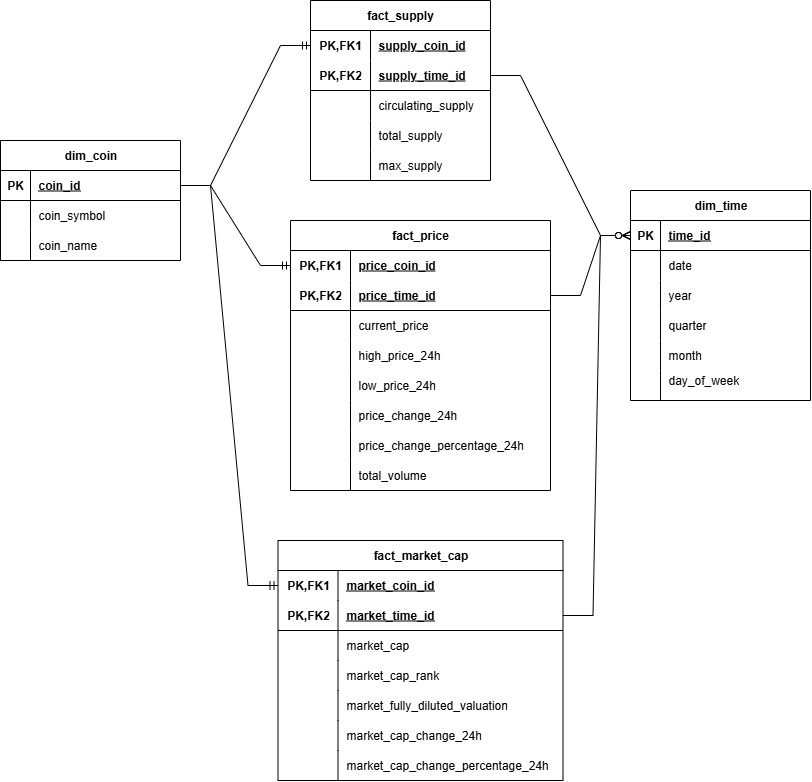
This is crypto-project/schema.png from thangtran1805/Crypto-ETL, a draw.io export, as it was before one commit. Source tidied: cells renumbered, new cells last; positions are measured from the earlier drawing's top-left corner, leaving out a move shared by most shapes.
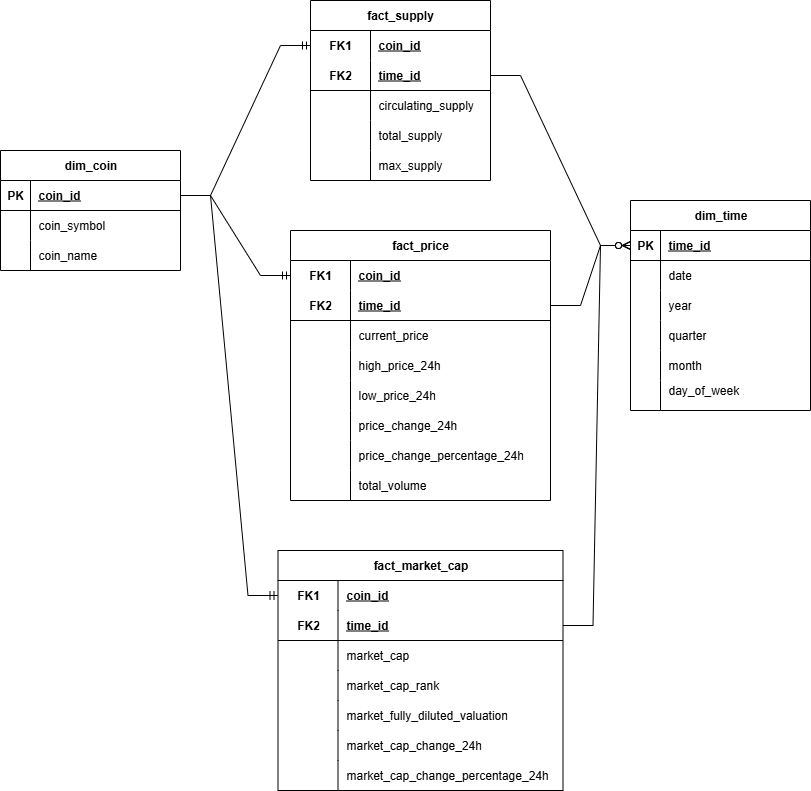
Later version of the same file.

Commit message:
Update gitignore and schema fix

Change to the diagram source:
```diff
@@ -8,19 +8,19 @@
     <mxCell id="3" style="shape=tableRow;horizontal=0;startSize=0;swimlaneHead=0;swimlaneBody=0;fillColor=none;points=[[0,0.5],[1,0.5]];portConstraint=eastwest;top=0;left=0;right=0;bottom=0;html=1;" parent="2" vertex="1">
       <mxGeometry y="30" width="260" height="30" as="geometry" />
     </mxCell>
-    <mxCell id="4" value="PK,FK1" style="shape=partialRectangle;fillColor=none;top=0;left=0;bottom=0;right=0;fontStyle=1;overflow=hidden;html=1;whiteSpace=wrap;" parent="3" vertex="1">
+    <mxCell id="4" value="FK1" style="shape=partialRectangle;fillColor=none;top=0;left=0;bottom=0;right=0;fontStyle=1;overflow=hidden;html=1;whiteSpace=wrap;" parent="3" vertex="1">
       <mxGeometry width="60" height="30" as="geometry" />
     </mxCell>
-    <mxCell id="5" value="price_coin_id" style="shape=partialRectangle;fillColor=none;top=0;left=0;bottom=0;right=0;align=left;spacingLeft=6;fontStyle=5;overflow=hidden;html=1;whiteSpace=wrap;" parent="3" vertex="1">
+    <mxCell id="5" value="coin_id" style="shape=partialRectangle;fillColor=none;top=0;left=0;bottom=0;right=0;align=left;spacingLeft=6;fontStyle=5;overflow=hidden;html=1;whiteSpace=wrap;" parent="3" vertex="1">
       <mxGeometry x="60" width="200" height="30" as="geometry" />
     </mxCell>
     <mxCell id="6" style="shape=tableRow;horizontal=0;startSize=0;swimlaneHead=0;swimlaneBody=0;fillColor=none;points=[[0,0.5],[1,0.5]];portConstraint=eastwest;top=0;left=0;right=0;bottom=1;html=1;" parent="2" vertex="1">
       <mxGeometry y="60" width="260" height="30" as="geometry" />
     </mxCell>
-    <mxCell id="7" value="PK,FK2" style="shape=partialRectangle;fillColor=none;top=0;left=0;bottom=0;right=0;fontStyle=1;overflow=hidden;html=1;whiteSpace=wrap;" parent="6" vertex="1">
+    <mxCell id="7" value="FK2" style="shape=partialRectangle;fillColor=none;top=0;left=0;bottom=0;right=0;fontStyle=1;overflow=hidden;html=1;whiteSpace=wrap;" parent="6" vertex="1">
       <mxGeometry width="60" height="30" as="geometry" />
     </mxCell>
-    <mxCell id="8" value="price_time_id" style="shape=partialRectangle;fillColor=none;top=0;left=0;bottom=0;right=0;align=left;spacingLeft=6;fontStyle=5;overflow=hidden;html=1;whiteSpace=wrap;" parent="6" vertex="1">
+    <mxCell id="8" value="time_id" style="shape=partialRectangle;fillColor=none;top=0;left=0;bottom=0;right=0;align=left;spacingLeft=6;fontStyle=5;overflow=hidden;html=1;whiteSpace=wrap;" parent="6" vertex="1">
       <mxGeometry x="60" width="200" height="30" as="geometry" />
     </mxCell>
     <mxCell id="9" style="shape=tableRow;horizontal=0;startSize=0;swimlaneHead=0;swimlaneBody=0;fillColor=none;top=0;left=0;right=0;bottom=0;html=1;" parent="2" vertex="1">
@@ -170,19 +170,19 @@
     <mxCell id="57" style="shape=tableRow;horizontal=0;startSize=0;swimlaneHead=0;swimlaneBody=0;fillColor=none;points=[[0,0.5],[1,0.5]];portConstraint=eastwest;top=0;left=0;right=0;bottom=0;html=1;" parent="56" vertex="1">
       <mxGeometry y="30" width="285" height="30" as="geometry" />
     </mxCell>
-    <mxCell id="58" value="PK,FK1" style="shape=partialRectangle;fillColor=none;top=0;left=0;bottom=0;right=0;fontStyle=1;overflow=hidden;html=1;whiteSpace=wrap;" parent="57" vertex="1">
+    <mxCell id="58" value="FK1" style="shape=partialRectangle;fillColor=none;top=0;left=0;bottom=0;right=0;fontStyle=1;overflow=hidden;html=1;whiteSpace=wrap;" parent="57" vertex="1">
       <mxGeometry width="60" height="30" as="geometry" />
     </mxCell>
-    <mxCell id="59" value="market_coin_id" style="shape=partialRectangle;fillColor=none;top=0;left=0;bottom=0;right=0;align=left;spacingLeft=6;fontStyle=5;overflow=hidden;html=1;whiteSpace=wrap;" parent="57" vertex="1">
+    <mxCell id="59" value="coin_id" style="shape=partialRectangle;fillColor=none;top=0;left=0;bottom=0;right=0;align=left;spacingLeft=6;fontStyle=5;overflow=hidden;html=1;whiteSpace=wrap;" parent="57" vertex="1">
       <mxGeometry x="60" width="225" height="30" as="geometry" />
     </mxCell>
     <mxCell id="60" style="shape=tableRow;horizontal=0;startSize=0;swimlaneHead=0;swimlaneBody=0;fillColor=none;points=[[0,0.5],[1,0.5]];portConstraint=eastwest;top=0;left=0;right=0;bottom=1;html=1;" parent="56" vertex="1">
       <mxGeometry y="60" width="285" height="30" as="geometry" />
     </mxCell>
-    <mxCell id="61" value="PK,FK2" style="shape=partialRectangle;fillColor=none;top=0;left=0;bottom=0;right=0;fontStyle=1;overflow=hidden;html=1;whiteSpace=wrap;" parent="60" vertex="1">
+    <mxCell id="61" value="FK2" style="shape=partialRectangle;fillColor=none;top=0;left=0;bottom=0;right=0;fontStyle=1;overflow=hidden;html=1;whiteSpace=wrap;" parent="60" vertex="1">
       <mxGeometry width="60" height="30" as="geometry" />
     </mxCell>
-    <mxCell id="62" value="market_time_id" style="shape=partialRectangle;fillColor=none;top=0;left=0;bottom=0;right=0;align=left;spacingLeft=6;fontStyle=5;overflow=hidden;html=1;whiteSpace=wrap;" parent="60" vertex="1">
+    <mxCell id="62" value="time_id" style="shape=partialRectangle;fillColor=none;top=0;left=0;bottom=0;right=0;align=left;spacingLeft=6;fontStyle=5;overflow=hidden;html=1;whiteSpace=wrap;" parent="60" vertex="1">
       <mxGeometry x="60" width="225" height="30" as="geometry" />
     </mxCell>
     <mxCell id="63" style="shape=tableRow;horizontal=0;startSize=0;swimlaneHead=0;swimlaneBody=0;fillColor=none;top=0;left=0;right=0;bottom=0;html=1;" parent="56" vertex="1">
@@ -231,24 +231,24 @@
       <mxGeometry x="60" width="225" height="30" as="geometry" />
     </mxCell>
     <mxCell id="78" value="fact_supply" style="shape=table;startSize=30;rowLines=0;fontStyle=1;align=center;html=1;whiteSpace=wrap;" parent="1" vertex="1">
-      <mxGeometry x="310" width="180" height="180" as="geometry" />
+      <mxGeometry x="310" y="-10" width="180" height="180" as="geometry" />
     </mxCell>
     <mxCell id="79" style="shape=tableRow;horizontal=0;startSize=0;swimlaneHead=0;swimlaneBody=0;fillColor=none;points=[[0,0.5],[1,0.5]];portConstraint=eastwest;top=0;left=0;right=0;bottom=0;html=1;" parent="78" vertex="1">
       <mxGeometry y="30" width="180" height="30" as="geometry" />
     </mxCell>
-    <mxCell id="80" value="PK,FK1" style="shape=partialRectangle;fillColor=none;top=0;left=0;bottom=0;right=0;fontStyle=1;overflow=hidden;html=1;whiteSpace=wrap;" parent="79" vertex="1">
+    <mxCell id="80" value="FK1" style="shape=partialRectangle;fillColor=none;top=0;left=0;bottom=0;right=0;fontStyle=1;overflow=hidden;html=1;whiteSpace=wrap;" parent="79" vertex="1">
       <mxGeometry width="60" height="30" as="geometry" />
     </mxCell>
-    <mxCell id="81" value="supply_coin_id" style="shape=partialRectangle;fillColor=none;top=0;left=0;bottom=0;right=0;align=left;spacingLeft=6;fontStyle=5;overflow=hidden;html=1;whiteSpace=wrap;" parent="79" vertex="1">
+    <mxCell id="81" value="coin_id" style="shape=partialRectangle;fillColor=none;top=0;left=0;bottom=0;right=0;align=left;spacingLeft=6;fontStyle=5;overflow=hidden;html=1;whiteSpace=wrap;" parent="79" vertex="1">
       <mxGeometry x="60" width="120" height="30" as="geometry" />
     </mxCell>
     <mxCell id="82" style="shape=tableRow;horizontal=0;startSize=0;swimlaneHead=0;swimlaneBody=0;fillColor=none;points=[[0,0.5],[1,0.5]];portConstraint=eastwest;top=0;left=0;right=0;bottom=1;html=1;" parent="78" vertex="1">
       <mxGeometry y="60" width="180" height="30" as="geometry" />
     </mxCell>
-    <mxCell id="83" value="PK,FK2" style="shape=partialRectangle;fillColor=none;top=0;left=0;bottom=0;right=0;fontStyle=1;overflow=hidden;html=1;whiteSpace=wrap;" parent="82" vertex="1">
+    <mxCell id="83" value="FK2" style="shape=partialRectangle;fillColor=none;top=0;left=0;bottom=0;right=0;fontStyle=1;overflow=hidden;html=1;whiteSpace=wrap;" parent="82" vertex="1">
       <mxGeometry width="60" height="30" as="geometry" />
     </mxCell>
-    <mxCell id="84" value="supply_time_id" style="shape=partialRectangle;fillColor=none;top=0;left=0;bottom=0;right=0;align=left;spacingLeft=6;fontStyle=5;overflow=hidden;html=1;whiteSpace=wrap;" parent="82" vertex="1">
+    <mxCell id="84" value="time_id" style="shape=partialRectangle;fillColor=none;top=0;left=0;bottom=0;right=0;align=left;spacingLeft=6;fontStyle=5;overflow=hidden;html=1;whiteSpace=wrap;" parent="82" vertex="1">
       <mxGeometry x="60" width="120" height="30" as="geometry" />
     </mxCell>
     <mxCell id="85" style="shape=tableRow;horizontal=0;startSize=0;swimlaneHead=0;swimlaneBody=0;fillColor=none;top=0;left=0;right=0;bottom=0;html=1;" parent="78" vertex="1">
```
